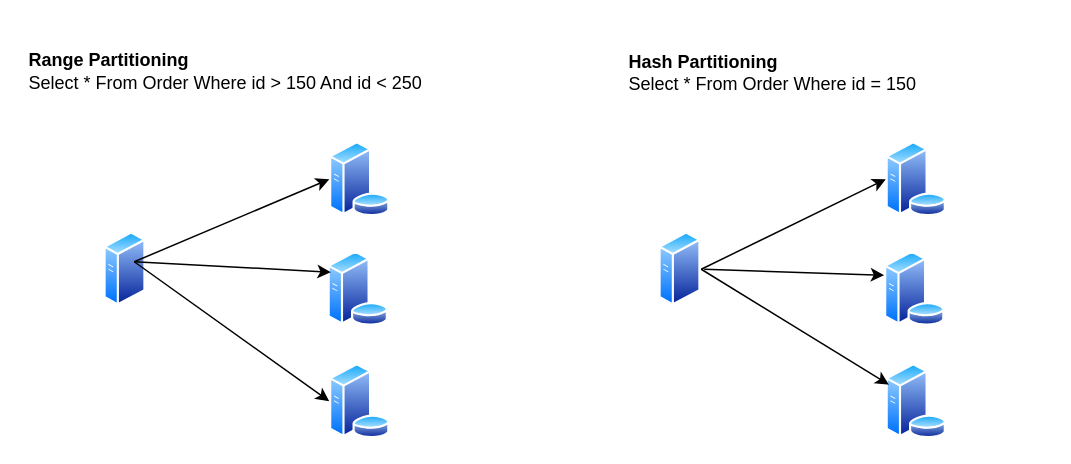
This is DB_Partitioning.drawio from dev-resources-millenium/ReferencesForEnterpriseApps, a draw.io file, before an edit. Source tidied: cells renumbered, new cells numbered last; positions are measured from the earlier drawing's top-left corner, leaving out a move shared by most shapes. Both pictures are drawn from the tidied source at 150%, with x=0, y=0 at pixel (26, 26).
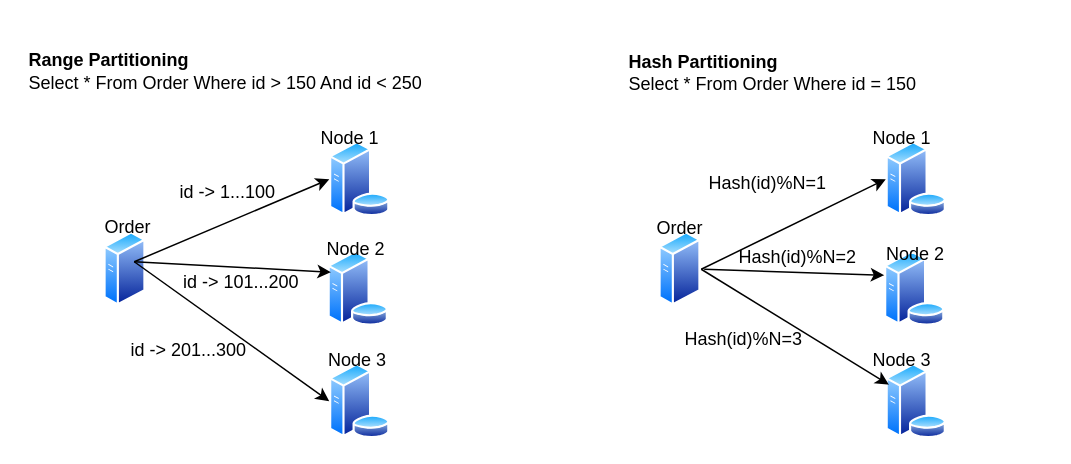
Above is the later version.

Change to the diagram source:
```diff
@@
+    <mxCell id="18" value="Order" style="text;html=1;strokeColor=none;fillColor=none;align=center;verticalAlign=middle;whiteSpace=wrap;rounded=0;" parent="1" vertex="1">
+      <mxGeometry x="38" y="119" width="60" height="30" as="geometry" />
+    </mxCell>
+    <mxCell id="19" value="Order" style="text;html=1;strokeColor=none;fillColor=none;align=center;verticalAlign=middle;whiteSpace=wrap;rounded=0;" parent="1" vertex="1">
+      <mxGeometry x="406" y="120" width="60" height="30" as="geometry" />
+    </mxCell>
+    <mxCell id="20" value="id -&amp;gt; 1...100" style="text;html=1;strokeColor=none;fillColor=none;align=center;verticalAlign=middle;whiteSpace=wrap;rounded=0;" parent="1" vertex="1">
+      <mxGeometry x="92" y="96" width="85" height="30" as="geometry" />
+    </mxCell>
+    <mxCell id="21" value="id -&amp;gt; 201...300" style="text;html=1;strokeColor=none;fillColor=none;align=center;verticalAlign=middle;whiteSpace=wrap;rounded=0;" parent="1" vertex="1">
+      <mxGeometry x="66" y="201" width="85" height="30" as="geometry" />
+    </mxCell>
+    <mxCell id="22" value="id -&amp;gt; 101...200" style="text;html=1;strokeColor=none;fillColor=none;align=center;verticalAlign=middle;whiteSpace=wrap;rounded=0;" parent="1" vertex="1">
+      <mxGeometry x="101" y="156" width="85" height="30" as="geometry" />
+    </mxCell>
+    <mxCell id="23" value="Node 1" style="text;html=1;strokeColor=none;fillColor=none;align=center;verticalAlign=middle;whiteSpace=wrap;rounded=0;" parent="1" vertex="1">
+      <mxGeometry x="186" y="60" width="60" height="30" as="geometry" />
+    </mxCell>
+    <mxCell id="24" value="Node 2" style="text;html=1;strokeColor=none;fillColor=none;align=center;verticalAlign=middle;whiteSpace=wrap;rounded=0;" parent="1" vertex="1">
+      <mxGeometry x="190" y="134" width="60" height="30" as="geometry" />
+    </mxCell>
+    <mxCell id="25" value="Node 3" style="text;html=1;strokeColor=none;fillColor=none;align=center;verticalAlign=middle;whiteSpace=wrap;rounded=0;" parent="1" vertex="1">
+      <mxGeometry x="191" y="208" width="60" height="30" as="geometry" />
+    </mxCell>
+    <mxCell id="26" value="Node 1" style="text;html=1;strokeColor=none;fillColor=none;align=center;verticalAlign=middle;whiteSpace=wrap;rounded=0;" parent="1" vertex="1">
+      <mxGeometry x="554" y="60" width="60" height="30" as="geometry" />
+    </mxCell>
+    <mxCell id="27" value="Node 3" style="text;html=1;strokeColor=none;fillColor=none;align=center;verticalAlign=middle;whiteSpace=wrap;rounded=0;" parent="1" vertex="1">
+      <mxGeometry x="554" y="208" width="60" height="30" as="geometry" />
+    </mxCell>
+    <mxCell id="28" value="Node 2" style="text;html=1;strokeColor=none;fillColor=none;align=center;verticalAlign=middle;whiteSpace=wrap;rounded=0;" parent="1" vertex="1">
+      <mxGeometry x="562.5" y="137" width="60" height="30" as="geometry" />
+    </mxCell>
+    <mxCell id="29" value="Hash(id)%N=1" style="text;html=1;strokeColor=none;fillColor=none;align=center;verticalAlign=middle;whiteSpace=wrap;rounded=0;" parent="1" vertex="1">
+      <mxGeometry x="452" y="90" width="85" height="30" as="geometry" />
+    </mxCell>
+    <mxCell id="30" value="Hash(id)%N=2" style="text;html=1;strokeColor=none;fillColor=none;align=center;verticalAlign=middle;whiteSpace=wrap;rounded=0;" parent="1" vertex="1">
+      <mxGeometry x="472" y="139" width="85" height="30" as="geometry" />
+    </mxCell>
+    <mxCell id="31" value="Hash(id)%N=3" style="text;html=1;strokeColor=none;fillColor=none;align=center;verticalAlign=middle;whiteSpace=wrap;rounded=0;" parent="1" vertex="1">
+      <mxGeometry x="436" y="194" width="85" height="30" as="geometry" />
+    </mxCell>
```
